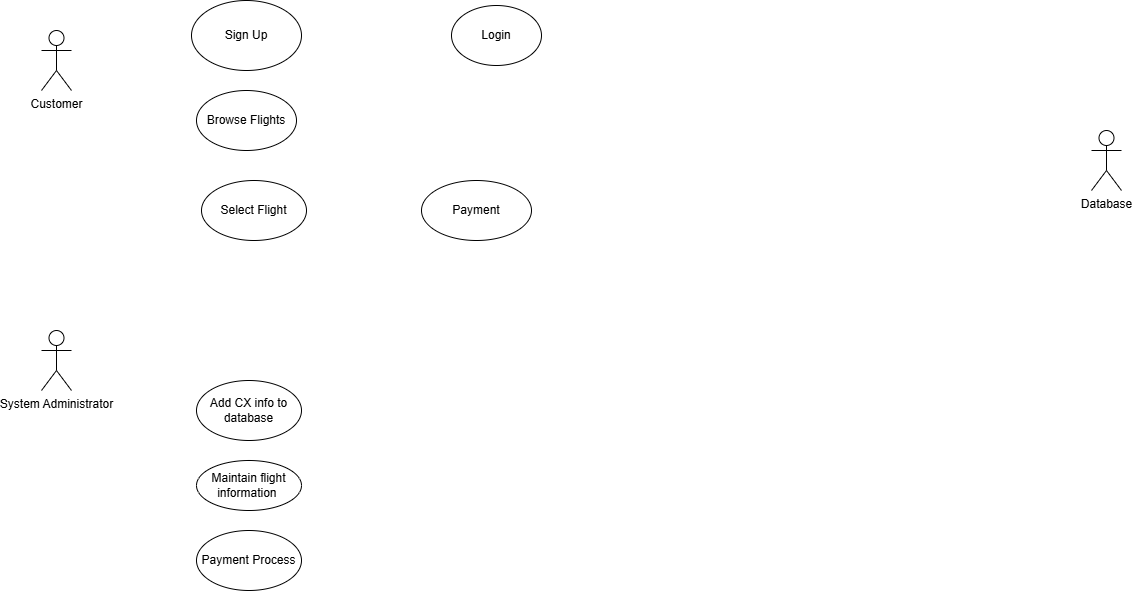
Before: SystemUseCaseDiagram.drawio.png, a diagram exported from draw.io (aditi-j25/ENSF_480_Term_project). Source tidied: cells renumbered, new cells last; positions are measured from the earlier drawing's top-left corner, leaving out a move shared by most shapes.
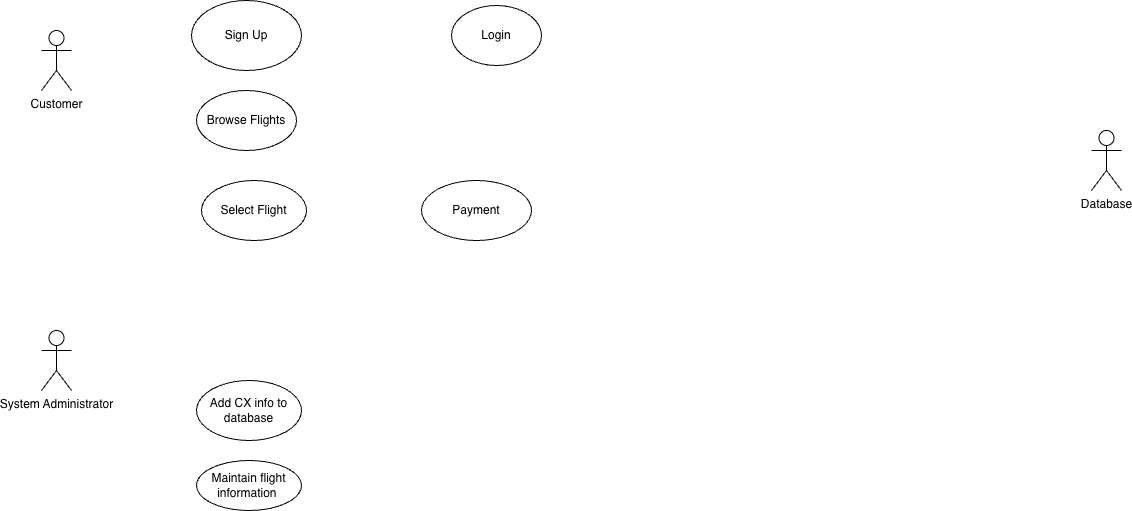
The same diagram one commit later.

The edit, as a diff of the source:
```diff
@@ -32,8 +32,5 @@
     <mxCell id="11" value="Maintain flight information&amp;nbsp;" style="ellipse;whiteSpace=wrap;html=1;" parent="1" vertex="1">
       <mxGeometry x="155" y="460" width="105" height="50" as="geometry" />
     </mxCell>
-    <mxCell id="12" value="Payment Process" style="ellipse;whiteSpace=wrap;html=1;" parent="1" vertex="1">
-      <mxGeometry x="155" y="530" width="105" height="60" as="geometry" />
-    </mxCell>
   </root>
 </mxGraphModel>
```
